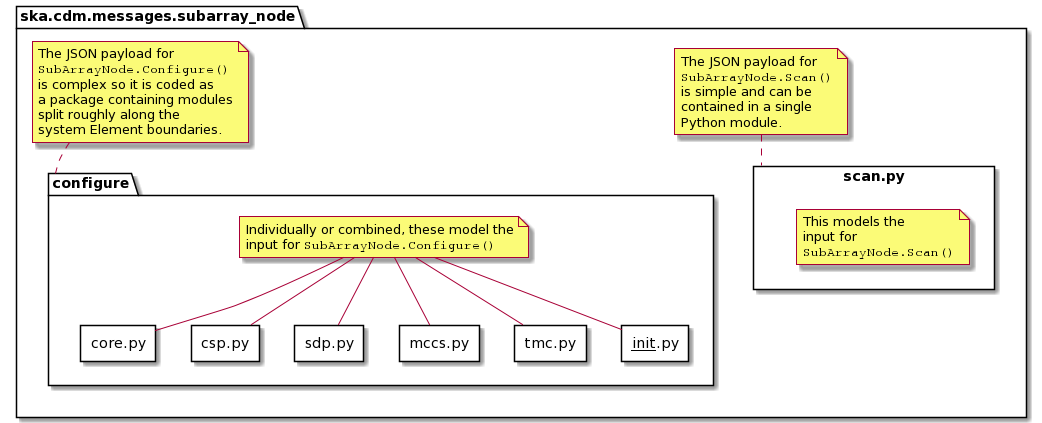
Above: docs/src/developer/subarraynode/subarraynode.png in ska-telescope/cdm-shared-library (PlantUML), before the change.
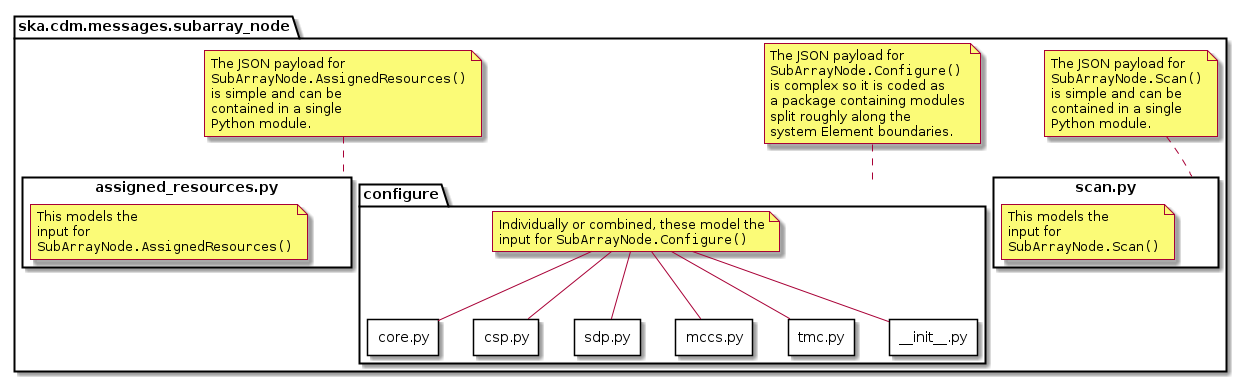
The same file after the commit.

What changed in the source:
```diff
@@ -2,7 +2,7 @@
 hide empty members
 
 package ska.cdm.messages.subarray_node {
-	package scan.py <<Rectangle>> {
+        package scan.py <<Rectangle>> {
 		note as N1
 			This models the
 			input for
@@ -56,5 +56,21 @@
 		split roughly along the
 		system Element boundaries.
 	end note
+
+	package assigned_resources.py <<Rectangle>> {
+		note as N3
+			This models the
+			input for
+			""SubArrayNode.AssignedResources()""
+		end note
+	}
+	note top of assigned_resources.py
+		The JSON payload for
+		""SubArrayNode.AssignedResources()""
+		is simple and can be
+		contained in a single
+		Python module.
+	end note
 }
+
 @enduml
```
